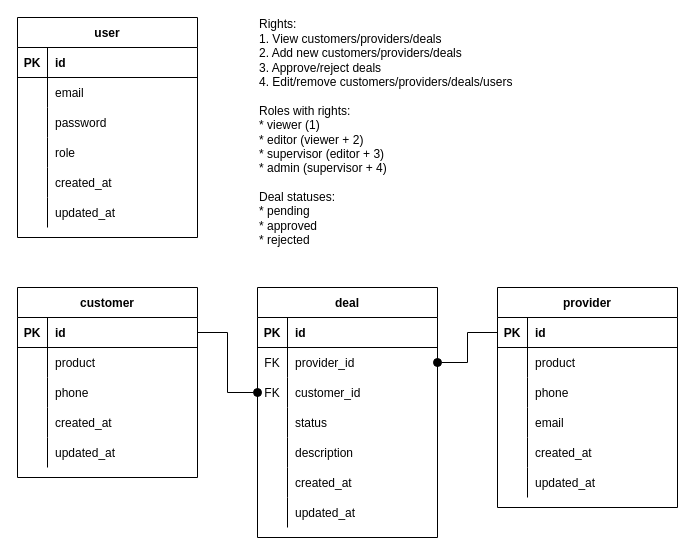
Above: misc/db-schema-with-additional-info.drawio in hu553in/deal-management (draw.io), before the change. Source tidied: cells renumbered, new cells numbered last; positions are measured from the earlier drawing's top-left corner, leaving out a move shared by most shapes. Both pictures are drawn from the tidied source at 100%, with x=0, y=0 at pixel (17, 17).
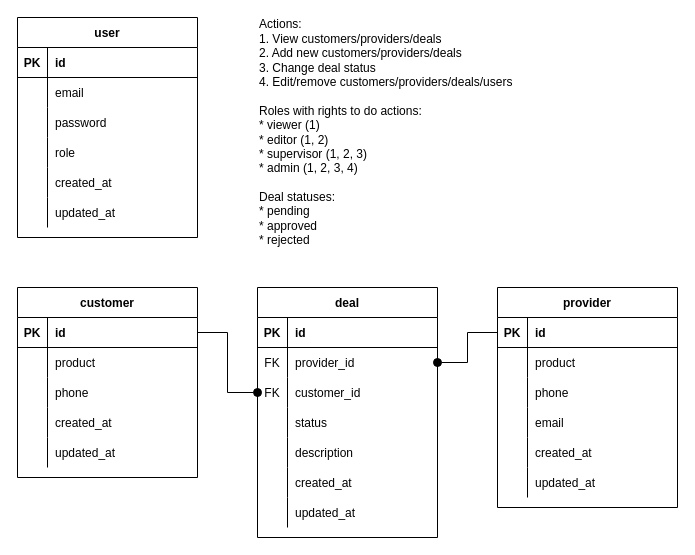
The same page after the edit.

The edit, as a diff of the source:
```diff
@@
-    <mxCell id="80" value="&lt;div align=&quot;left&quot;&gt;Rights:&lt;/div&gt;&lt;div align=&quot;left&quot;&gt;1. View customers/providers/deals&lt;/div&gt;&lt;div align=&quot;left&quot;&gt;2. Add new customers/providers/deals&lt;br&gt;&lt;/div&gt;&lt;div align=&quot;left&quot;&gt;3. Approve/reject deals&lt;/div&gt;&lt;div align=&quot;left&quot;&gt;4. Edit/remove customers/providers/deals/users&lt;/div&gt;&lt;div align=&quot;left&quot;&gt;&lt;br&gt;&lt;/div&gt;&lt;div align=&quot;left&quot;&gt;Roles with rights:&lt;/div&gt;&lt;div align=&quot;left&quot;&gt;* viewer (1)&lt;br&gt;* editor (viewer + 2) &lt;br&gt;* supervisor (editor + 3)&lt;/div&gt;&lt;div align=&quot;left&quot;&gt;* admin (supervisor + 4)&lt;br&gt;&lt;/div&gt;&lt;div align=&quot;left&quot;&gt;&lt;br&gt;&lt;/div&gt;&lt;div align=&quot;left&quot;&gt;&lt;div align=&quot;left&quot;&gt;Deal statuses:&lt;br&gt;* pending&lt;br&gt;* approved&lt;br&gt;* rejected&lt;/div&gt;&lt;/div&gt;" style="text;html=1;align=left;verticalAlign=middle;" parent="1" vertex="1">
+    <mxCell id="80" value="&lt;div align=&quot;left&quot;&gt;Actions:&lt;/div&gt;&lt;div align=&quot;left&quot;&gt;1. View customers/providers/deals&lt;/div&gt;&lt;div align=&quot;left&quot;&gt;2. Add new customers/providers/deals&lt;br&gt;&lt;/div&gt;&lt;div align=&quot;left&quot;&gt;3. Change deal status&lt;/div&gt;&lt;div align=&quot;left&quot;&gt;4. Edit/remove customers/providers/deals/users&lt;/div&gt;&lt;div align=&quot;left&quot;&gt;&lt;br&gt;&lt;/div&gt;&lt;div align=&quot;left&quot;&gt;Roles with rights to do actions:&lt;/div&gt;&lt;div align=&quot;left&quot;&gt;* viewer (1)&lt;br&gt;* editor (1, 2) &lt;br&gt;* supervisor (1, 2, 3)&lt;/div&gt;&lt;div align=&quot;left&quot;&gt;* admin (1, 2, 3, 4)&lt;br&gt;&lt;/div&gt;&lt;div align=&quot;left&quot;&gt;&lt;br&gt;&lt;/div&gt;&lt;div align=&quot;left&quot;&gt;&lt;div align=&quot;left&quot;&gt;Deal statuses:&lt;br&gt;* pending&lt;br&gt;* approved&lt;br&gt;* rejected&lt;/div&gt;&lt;/div&gt;" style="text;html=1;align=left;verticalAlign=middle;" parent="1" vertex="1">
       <mxGeometry x="240" width="270" height="230" as="geometry" />
     </mxCell>
```
